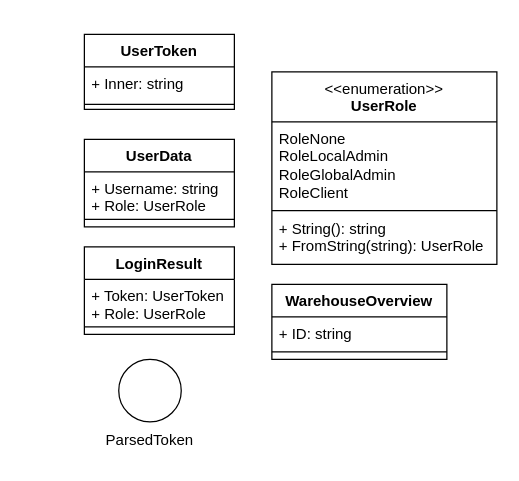
The draw.io diagram page "types" (1 of 4) of assets/drawio/apigateway.drawio in alimitedgroup/alimitedgroup.github.io, before the edit. Source tidied: cells renumbered, new cells numbered last; positions are measured from the earlier drawing's top-left corner, leaving out a move shared by most shapes. Both pictures are drawn from the tidied source at 125%, with x=0, y=0 at pixel (84, 34).
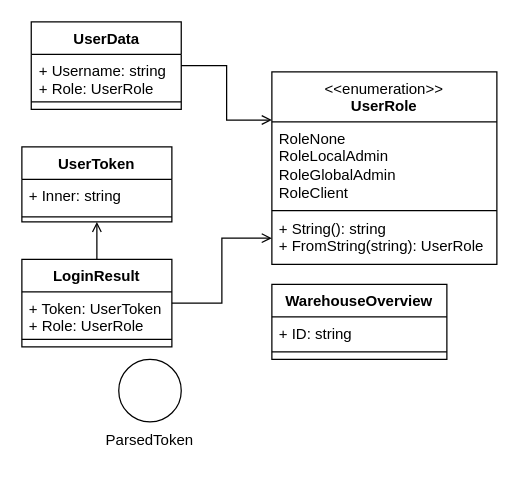
Above is the later version.

Unchanged cells that the change refers to:
```xml
<mxCell id="2" value="&lt;span style=&quot;font-weight: normal;&quot;&gt;&amp;lt;&amp;lt;enumeration&amp;gt;&amp;gt;&lt;/span&gt;&lt;br&gt;&lt;b&gt;UserRole&lt;/b&gt;" style="swimlane;fontStyle=1;align=center;verticalAlign=top;horizontal=1;startSize=40;whiteSpace=wrap;html=1;" parent="1" vertex="1">
  <mxGeometry x="150" y="30" width="180" height="154" as="geometry" />
</mxCell>
<mxCell id="5" value="&lt;div&gt;+ String(): string&lt;/div&gt;&lt;div&gt;+ FromString(string): UserRole&lt;/div&gt;" style="text;strokeColor=none;fillColor=none;align=left;verticalAlign=top;spacingLeft=4;spacingRight=4;overflow=hidden;points=[[0,0.5],[1,0.5]];portConstraint=eastwest;whiteSpace=wrap;html=1;" parent="2" vertex="1">
  <mxGeometry y="112" width="180" height="42" as="geometry" />
</mxCell>
```

The edit, as a diff of the source:
```diff
@@
     <mxCell id="6" value="UserToken" style="swimlane;fontStyle=1;align=center;verticalAlign=top;horizontal=1;startSize=26;whiteSpace=wrap;html=1;" parent="1" vertex="1">
-      <mxGeometry width="120" height="60" as="geometry" />
+      <mxGeometry x="-50" y="90" width="120" height="60" as="geometry" />
     </mxCell>
@@
+    <mxCell id="23" style="edgeStyle=orthogonalEdgeStyle;rounded=0;jettySize=auto;html=1;entryX=0;entryY=0.25;entryDx=0;entryDy=0;endArrow=open;endFill=0;" parent="1" edge="1" source="9" target="2">
+      <mxGeometry relative="1" as="geometry" />
+    </mxCell>
     <mxCell id="9" value="UserData" style="swimlane;fontStyle=1;align=center;verticalAlign=top;horizontal=1;startSize=26;whiteSpace=wrap;html=1;" parent="1" vertex="1">
-      <mxGeometry y="84" width="120" height="70" as="geometry" />
+      <mxGeometry x="-42.5" y="-10" width="120" height="70" as="geometry" />
     </mxCell>
@@
+    <mxCell id="24" style="edgeStyle=orthogonalEdgeStyle;rounded=0;jettySize=auto;html=1;entryX=0;entryY=0.5;entryDx=0;entryDy=0;endArrow=open;endFill=0;" parent="1" edge="1" source="13" target="5">
+      <mxGeometry relative="1" as="geometry" />
+    </mxCell>
+    <mxCell id="25" style="edgeStyle=orthogonalEdgeStyle;rounded=0;jettySize=auto;html=1;entryX=0.5;entryY=1;entryDx=0;entryDy=0;endArrow=open;endFill=0;" parent="1" edge="1" source="13" target="6">
+      <mxGeometry relative="1" as="geometry" />
+    </mxCell>
     <mxCell id="13" value="LoginResult" style="swimlane;fontStyle=1;align=center;verticalAlign=top;horizontal=1;startSize=26;whiteSpace=wrap;html=1;" parent="1" vertex="1">
-      <mxGeometry y="170" width="120" height="70" as="geometry" />
+      <mxGeometry x="-50" y="180" width="120" height="70" as="geometry" />
     </mxCell>
```
